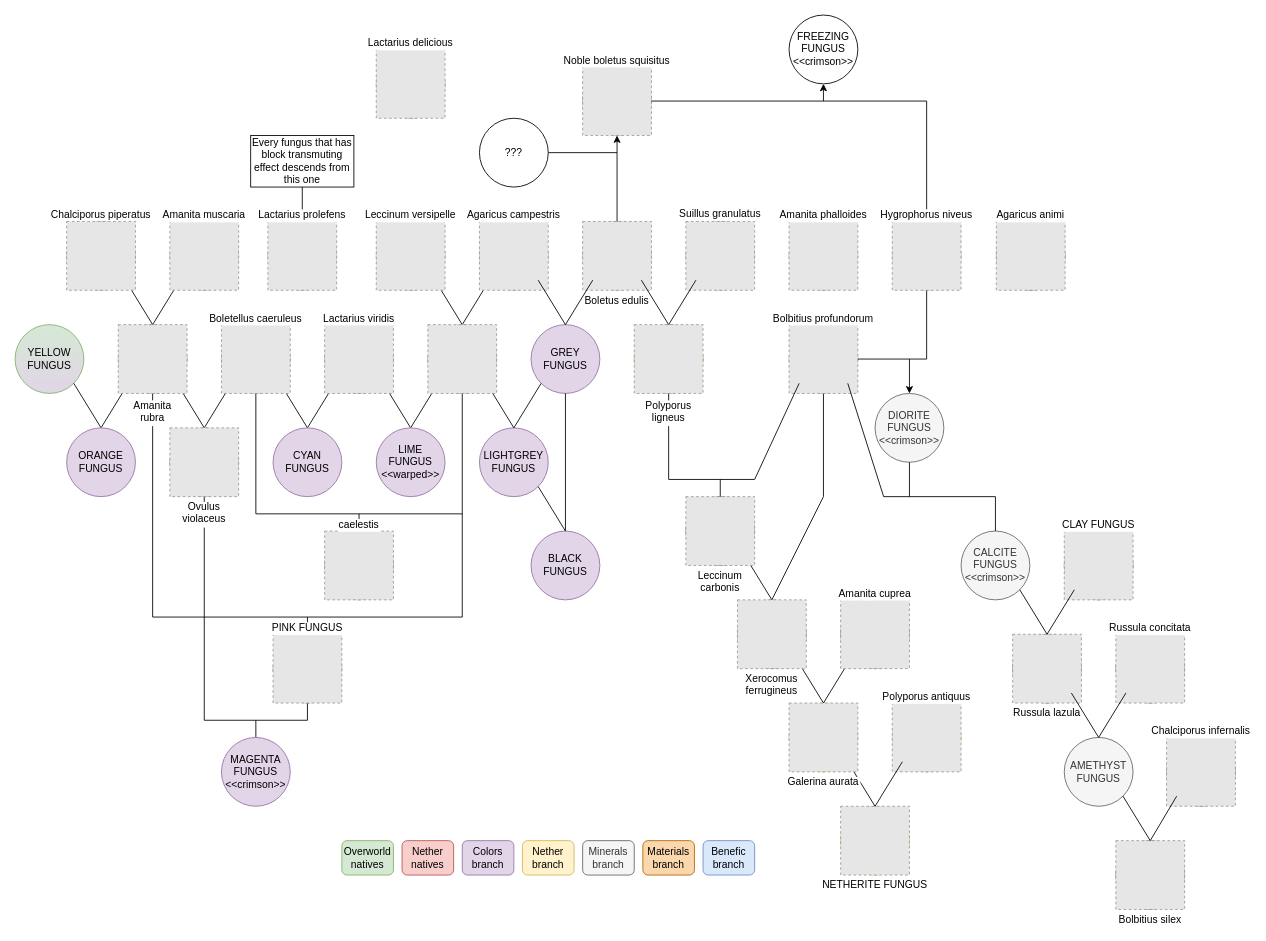
Before: src/main/resources/data/mycologymod/mutations/mutations-diagram.drawio in SimoMett/MycologyMC, a draw.io diagram. Source tidied: cells renumbered, new cells numbered last; positions are measured from the earlier drawing's top-left corner, leaving out a move shared by most shapes. Both pictures are drawn from the tidied source at 86%, with x=0, y=0 at pixel (15, 15). Pictures stored in the file or linked from it are replaced by grey dashed boxes.
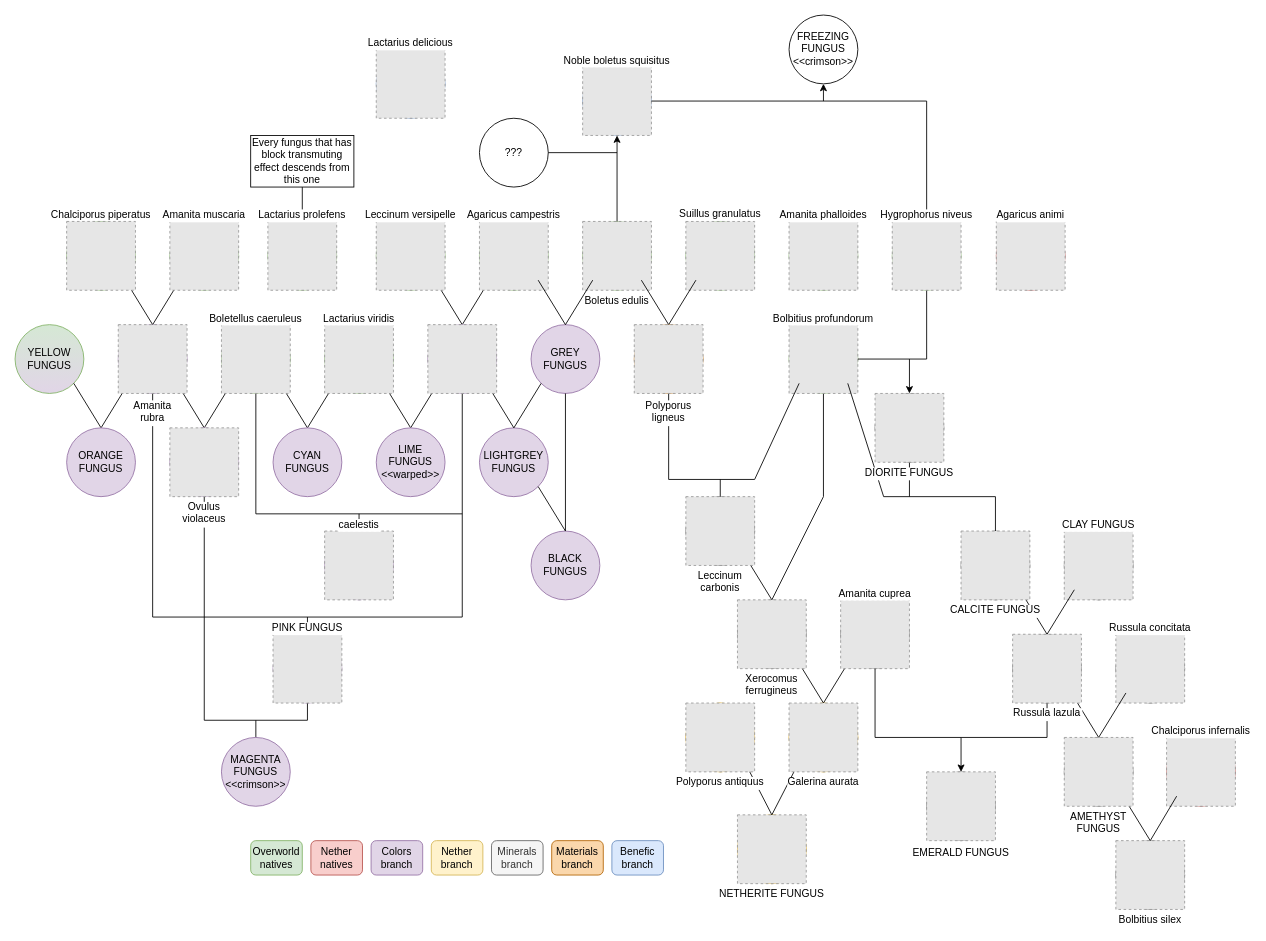
The same page after the edit.

Commit message (it also covers changes not shown here):
More colors and mutations

Unchanged cells that the change refers to:
```xml
<mxCell id="66" style="ellipse;whiteSpace=wrap;html=1;fillColor=#ffe6cc;strokeColor=#d79b00;" parent="1" vertex="1">
  <mxGeometry x="900" y="800" width="80" height="80" as="geometry" />
</mxCell>
<mxCell id="82" style="ellipse;whiteSpace=wrap;html=1;fillColor=#f5f5f5;fontColor=#333333;strokeColor=#666666;" parent="1" vertex="1">
  <mxGeometry x="960" y="680" width="80" height="80" as="geometry" />
</mxCell>
<mxCell id="112" style="ellipse;whiteSpace=wrap;html=1;fillColor=#f5f5f5;fontColor=#333333;strokeColor=#666666;" parent="1" vertex="1">
  <mxGeometry x="1160" y="720" width="80" height="80" as="geometry" />
</mxCell>
```

The edit, as a diff of the source:
```diff
@@
     <mxCell id="3" style="ellipse;whiteSpace=wrap;html=1;fillColor=#ffe6cc;strokeColor=#d79b00;" parent="1" vertex="1">
-      <mxGeometry x="960" y="920" width="80" height="80" as="geometry" />
+      <mxGeometry x="840" y="930" width="80" height="80" as="geometry" />
     </mxCell>
@@
     <mxCell id="50" value="Overworld natives" style="rounded=1;whiteSpace=wrap;html=1;fillColor=#d5e8d4;strokeColor=#82b366;" parent="1" vertex="1">
-      <mxGeometry x="380" y="960" width="60" height="40" as="geometry" />
+      <mxGeometry x="274" y="960" width="60" height="40" as="geometry" />
     </mxCell>
     <mxCell id="51" value="Colors branch" style="rounded=1;whiteSpace=wrap;html=1;fillColor=#e1d5e7;strokeColor=#9673a6;" parent="1" vertex="1">
-      <mxGeometry x="520" y="960" width="60" height="40" as="geometry" />
+      <mxGeometry x="414" y="960" width="60" height="40" as="geometry" />
     </mxCell>
@@
     <mxCell id="63" value="Nether&lt;br&gt;natives" style="rounded=1;whiteSpace=wrap;html=1;fillColor=#f8cecc;strokeColor=#b85450;" parent="1" vertex="1">
-      <mxGeometry x="450" y="960" width="60" height="40" as="geometry" />
+      <mxGeometry x="344" y="960" width="60" height="40" as="geometry" />
     </mxCell>
@@
     <mxCell id="65" value="NETHERITE FUNGUS" style="fillColor=#E6E6E6;strokeColor=#999999;dashed=1;verticalLabelPosition=bottom;labelBackgroundColor=default;verticalAlign=top;labelPosition=center;align=center;spacing=0;fontColor=default;" parent="1" vertex="1">
-      <mxGeometry x="960" y="920" width="80" height="80" as="geometry" />
+      <mxGeometry x="840" y="930" width="80" height="80" as="geometry" />
     </mxCell>
@@
     <mxCell id="67" style="ellipse;whiteSpace=wrap;html=1;fillColor=#ffe6cc;strokeColor=#d79b00;" parent="1" vertex="1">
-      <mxGeometry x="1020" y="800" width="80" height="80" as="geometry" />
+      <mxGeometry x="780" y="800" width="80" height="80" as="geometry" />
     </mxCell>
-    <mxCell id="68" value="Polyporus antiquus" style="fillColor=#E6E6E6;strokeColor=#999999;dashed=1;verticalLabelPosition=top;labelBackgroundColor=default;verticalAlign=bottom;spacing=0;labelPosition=center;align=center;" parent="1" vertex="1">
-      <mxGeometry x="1020" y="800" width="80" height="80" as="geometry" />
-    </mxCell>
-    <mxCell id="69" style="endArrow=none;html=1;rounded=0;exitX=1;exitY=1;exitDx=0;exitDy=0;entryX=0.5;entryY=0;entryDx=0;entryDy=0;" parent="1" edge="1" source="66" target="3">
+    <mxCell id="69" style="endArrow=none;html=1;rounded=0;exitX=0;exitY=1;exitDx=0;exitDy=0;entryX=0.5;entryY=0;entryDx=0;entryDy=0;" parent="1" edge="1" source="66" target="3">
       <mxGeometry relative="1" as="geometry" />
     </mxCell>
-    <mxCell id="70" style="endArrow=none;html=1;rounded=0;entryX=0;entryY=1;entryDx=0;entryDy=0;exitX=0.5;exitY=0;exitDx=0;exitDy=0;" parent="1" edge="1" source="3" target="67">
+    <mxCell id="70" style="endArrow=none;html=1;rounded=0;entryX=1;entryY=1;entryDx=0;entryDy=0;exitX=0.5;exitY=0;exitDx=0;exitDy=0;" parent="1" edge="1" source="3" target="67">
       <mxGeometry relative="1" as="geometry" />
     </mxCell>
     <mxCell id="71" value="Nether branch" style="rounded=1;whiteSpace=wrap;html=1;fillColor=#fff2cc;strokeColor=#d6b656;" parent="1" vertex="1">
-      <mxGeometry x="590" y="960" width="60" height="40" as="geometry" />
+      <mxGeometry x="484" y="960" width="60" height="40" as="geometry" />
     </mxCell>
@@
     <mxCell id="74" value="Minerals branch" style="rounded=1;whiteSpace=wrap;html=1;fillColor=#f5f5f5;strokeColor=#666666;fontColor=#333333;" parent="1" vertex="1">
-      <mxGeometry x="660" y="960" width="60" height="40" as="geometry" />
+      <mxGeometry x="554" y="960" width="60" height="40" as="geometry" />
     </mxCell>
@@
     <mxCell id="103" value="Materials&lt;br&gt;branch" style="rounded=1;whiteSpace=wrap;html=1;fillColor=#fad7ac;strokeColor=#b46504;" parent="1" vertex="1">
-      <mxGeometry x="730" y="960" width="60" height="40" as="geometry" />
+      <mxGeometry x="624" y="960" width="60" height="40" as="geometry" />
     </mxCell>
@@
-    <mxCell id="108" value="AMETHYST&lt;div&gt;FUNGUS&lt;/div&gt;" style="ellipse;whiteSpace=wrap;html=1;fillColor=#f5f5f5;fontColor=#333333;strokeColor=#666666;" parent="1" vertex="1">
+    <mxCell id="108" style="ellipse;whiteSpace=wrap;html=1;fillColor=#f5f5f5;fontColor=#333333;strokeColor=#666666;" parent="1" vertex="1">
       <mxGeometry x="1220" y="840" width="80" height="80" as="geometry" />
     </mxCell>
@@
-    <mxCell id="115" value="Russula lazula" style="fillColor=#E6E6E6;strokeColor=#999999;dashed=1;verticalLabelPosition=bottom;labelBackgroundColor=default;verticalAlign=top;spacing=0;labelPosition=center;align=center;" parent="1" vertex="1">
-      <mxGeometry x="1160" y="720" width="80" height="80" as="geometry" />
-    </mxCell>
@@
-    <mxCell id="121" value="CALCITE&lt;div&gt;FUNGUS&lt;/div&gt;&lt;div&gt;&amp;lt;&amp;lt;crimson&amp;gt;&amp;gt;&lt;/div&gt;" style="ellipse;whiteSpace=wrap;html=1;fillColor=#f5f5f5;fontColor=#333333;strokeColor=#666666;" parent="1" vertex="1">
+    <mxCell id="121" style="ellipse;whiteSpace=wrap;html=1;fillColor=#f5f5f5;fontColor=#333333;strokeColor=#666666;" parent="1" vertex="1">
       <mxGeometry x="1100" y="600" width="80" height="80" as="geometry" />
     </mxCell>
-    <mxCell id="122" style="endArrow=none;html=1;rounded=0;entryX=1;entryY=1;entryDx=0;entryDy=0;exitX=0.5;exitY=0;exitDx=0;exitDy=0;" parent="1" edge="1" source="115" target="121">
-      <mxGeometry relative="1" as="geometry" />
+    <mxCell id="122" style="endArrow=none;html=1;rounded=0;entryX=1;entryY=1;entryDx=0;entryDy=0;exitX=0.5;exitY=0;exitDx=0;exitDy=0;" parent="1" edge="1" target="121">
+      <mxGeometry relative="1" as="geometry">
+        <mxPoint x="1200" y="720" as="sourcePoint" />
+      </mxGeometry>
     </mxCell>
-    <mxCell id="123" value="DIORITE&lt;div&gt;FUNGUS&lt;/div&gt;&lt;div&gt;&amp;lt;&amp;lt;crimson&amp;gt;&amp;gt;&lt;/div&gt;" style="ellipse;whiteSpace=wrap;html=1;fillColor=#f5f5f5;fontColor=#333333;strokeColor=#666666;" parent="1" vertex="1">
+    <mxCell id="123" style="ellipse;whiteSpace=wrap;html=1;fillColor=#f5f5f5;fontColor=#333333;strokeColor=#666666;" parent="1" vertex="1">
       <mxGeometry x="1000" y="440" width="80" height="80" as="geometry" />
     </mxCell>
@@
     <mxCell id="142" value="Benefic&lt;div&gt;branch&lt;/div&gt;" style="rounded=1;whiteSpace=wrap;html=1;fillColor=#dae8fc;strokeColor=#6c8ebf;" parent="1" vertex="1">
-      <mxGeometry x="800" y="960" width="60" height="40" as="geometry" />
+      <mxGeometry x="694" y="960" width="60" height="40" as="geometry" />
     </mxCell>
@@
+    <mxCell id="145" value="DIORITE FUNGUS" style="fillColor=#E6E6E6;strokeColor=#999999;dashed=1;verticalLabelPosition=bottom;labelBackgroundColor=default;verticalAlign=top;spacing=0;labelPosition=center;align=center;" parent="1" vertex="1">
+      <mxGeometry x="1000" y="440" width="80" height="80" as="geometry" />
+    </mxCell>
+    <mxCell id="146" value="CALCITE FUNGUS" style="fillColor=#E6E6E6;strokeColor=#999999;dashed=1;verticalLabelPosition=bottom;labelBackgroundColor=default;verticalAlign=top;spacing=0;" parent="1" vertex="1">
+      <mxGeometry x="1100" y="600" width="80" height="80" as="geometry" />
+    </mxCell>
+    <mxCell id="68" value="Polyporus antiquus" style="fillColor=#E6E6E6;strokeColor=#999999;dashed=1;verticalLabelPosition=bottom;labelBackgroundColor=default;verticalAlign=top;spacing=0;labelPosition=center;align=center;" parent="1" vertex="1">
+      <mxGeometry x="780" y="800" width="80" height="80" as="geometry" />
+    </mxCell>
+    <mxCell id="147" style="ellipse;whiteSpace=wrap;html=1;fillColor=#f5f5f5;fontColor=#333333;strokeColor=#666666;" parent="1" vertex="1">
+      <mxGeometry x="1060" y="880" width="80" height="80" as="geometry" />
+    </mxCell>
+    <mxCell id="148" style="endArrow=none;html=1;rounded=0;entryX=0.5;entryY=1;entryDx=0;entryDy=0;" parent="1" edge="1" target="82">
+      <mxGeometry relative="1" as="geometry">
+        <mxPoint x="1100" y="840" as="sourcePoint" />
+        <Array as="points">
+          <mxPoint x="1000" y="840" />
+        </Array>
+      </mxGeometry>
+    </mxCell>
+    <mxCell id="149" style="endArrow=none;html=1;rounded=0;entryX=0.5;entryY=1;entryDx=0;entryDy=0;" parent="1" edge="1" target="112">
+      <mxGeometry relative="1" as="geometry">
+        <mxPoint x="1100" y="840" as="sourcePoint" />
+        <Array as="points">
+          <mxPoint x="1200" y="840" />
+        </Array>
+      </mxGeometry>
+    </mxCell>
+    <mxCell id="150" style="endArrow=classic;html=1;rounded=0;entryX=0.5;entryY=0;entryDx=0;entryDy=0;" parent="1" edge="1" target="147">
+      <mxGeometry relative="1" as="geometry">
+        <mxPoint x="1100" y="840" as="sourcePoint" />
+      </mxGeometry>
+    </mxCell>
+    <mxCell id="151" value="AMETHYST&#10;FUNGUS" style="fillColor=#E6E6E6;strokeColor=#999999;dashed=1;verticalLabelPosition=bottom;labelBackgroundColor=default;verticalAlign=top;spacing=0;" parent="1" vertex="1">
+      <mxGeometry x="1220" y="840" width="80" height="80" as="geometry" />
+    </mxCell>
+    <mxCell id="152" value="EMERALD FUNGUS" style="fillColor=#E6E6E6;strokeColor=#999999;dashed=1;verticalLabelPosition=bottom;labelBackgroundColor=default;verticalAlign=top;" parent="1" vertex="1">
+      <mxGeometry x="1060" y="880" width="80" height="80" as="geometry" />
+    </mxCell>
+    <mxCell id="115" value="Russula lazula" style="fillColor=#E6E6E6;strokeColor=#999999;dashed=1;verticalLabelPosition=bottom;labelBackgroundColor=default;verticalAlign=top;spacing=0;" parent="1" vertex="1">
+      <mxGeometry x="1160" y="720" width="80" height="80" as="geometry" />
+    </mxCell>
-    <mxCell id="144" value="Lactarius delicious" style="fillColor=#E6E6E6;strokeColor=#999999;dashed=1;verticalLabelPosition=top;labelBackgroundColor=default;verticalAlign=bottom;spacing=0;labelPosition=center;align=center;" parent="1" vertex="1">
+    <mxCell id="144" value="Lactarius delicious" style="fillColor=#E6E6E6;strokeColor=#999999;dashed=1;verticalLabelPosition=top;labelBackgroundColor=default;verticalAlign=bottom;labelPosition=center;align=center;spacing=0;" parent="1" vertex="1">
       <mxGeometry x="420" y="40" width="80" height="80" as="geometry" />
     </mxCell>
```
